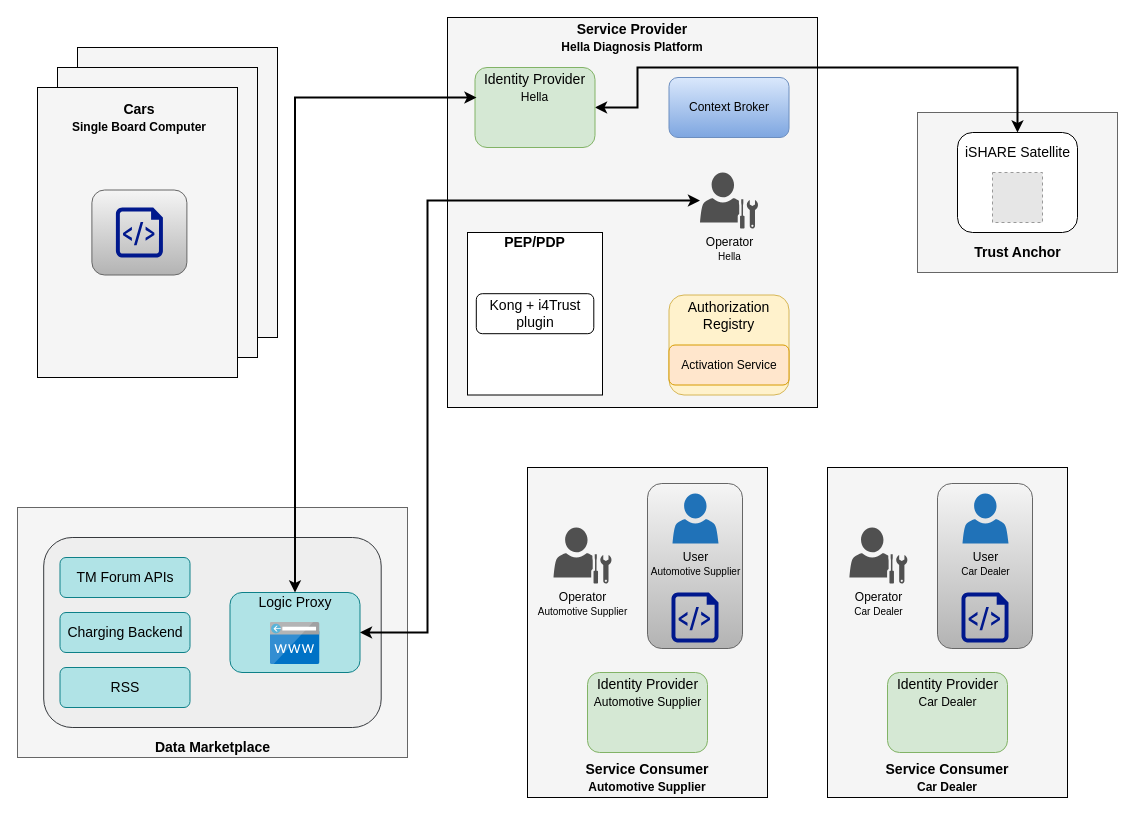
Earlier version of the draw.io diagram page "i4Trust_Offering" (2 of 4) of doc/img/Demonstrator.drawio (wistefan/ai-marketplace). Source tidied: cells renumbered, new cells numbered last; positions are measured from the earlier drawing's top-left corner, leaving out a move shared by most shapes. Both pictures are drawn from the tidied source at 100%, with x=0, y=0 at pixel (17, 17). Pictures stored in the file or linked from it are replaced by grey dashed boxes.
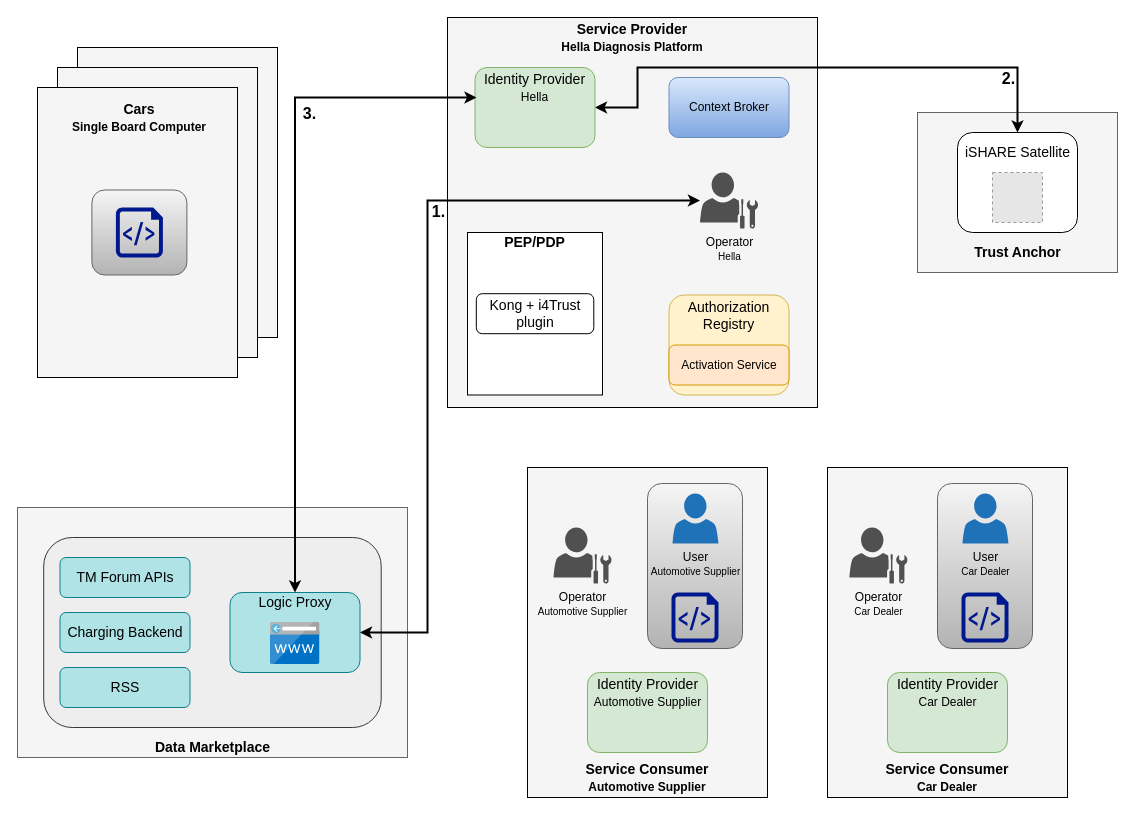
The same page after the edit.

Unchanged cells that the change refers to:
```xml
<mxCell id="48" style="edgeStyle=orthogonalEdgeStyle;rounded=0;jettySize=auto;html=1;exitX=1;exitY=0.5;exitDx=0;exitDy=0;entryX=0.5;entryY=0;entryDx=0;entryDy=0;strokeWidth=2;fontSize=16;startArrow=classic;startFill=1;targetPerimeterSpacing=0;" parent="1" edge="1" source="49" target="24">
  <mxGeometry relative="1" as="geometry">
    <Array as="points">
      <mxPoint x="620" y="90" />
      <mxPoint x="620" y="50" />
      <mxPoint x="1000" y="50" />
    </Array>
  </mxGeometry>
</mxCell>
<mxCell id="51" style="edgeStyle=orthogonalEdgeStyle;rounded=0;jettySize=auto;html=1;fontSize=10;entryX=1;entryY=0.5;entryDx=0;entryDy=0;startArrow=classic;startFill=1;strokeWidth=2;" parent="1" edge="1" source="52" target="8">
  <mxGeometry relative="1" as="geometry">
    <Array as="points">
      <mxPoint x="410" y="183" />
      <mxPoint x="410" y="615" />
    </Array>
  </mxGeometry>
</mxCell>
<mxCell id="53" style="edgeStyle=orthogonalEdgeStyle;rounded=0;jettySize=auto;html=1;exitX=0.5;exitY=0;exitDx=0;exitDy=0;entryX=0;entryY=0.75;entryDx=0;entryDy=0;fontSize=10;startArrow=classic;startFill=1;strokeWidth=2;" parent="1" edge="1" source="9" target="50">
  <mxGeometry relative="1" as="geometry" />
</mxCell>
```

The edit, as a diff of the source:
```diff
@@
+    <mxCell id="54" value="&lt;b&gt;2.&lt;/b&gt;" style="edgeLabel;html=1;align=center;verticalAlign=middle;fontSize=16;" parent="48" vertex="1">
+      <mxGeometry x="0.71" y="1" relative="1" as="geometry">
+        <mxPoint x="2" y="11" as="offset" />
+      </mxGeometry>
+    </mxCell>
@@
+    <mxCell id="55" value="&lt;b&gt;1.&lt;/b&gt;" style="edgeLabel;html=1;align=center;verticalAlign=middle;fontSize=16;" parent="51" vertex="1">
+      <mxGeometry x="0.37" relative="1" as="geometry">
+        <mxPoint x="10" y="-246" as="offset" />
+      </mxGeometry>
+    </mxCell>
@@
+    <mxCell id="56" value="&lt;b&gt;3.&lt;/b&gt;" style="edgeLabel;html=1;align=center;verticalAlign=middle;fontSize=16;" parent="53" vertex="1">
+      <mxGeometry x="0.49" y="-3" relative="1" as="geometry">
+        <mxPoint x="5" y="12" as="offset" />
+      </mxGeometry>
+    </mxCell>
```
